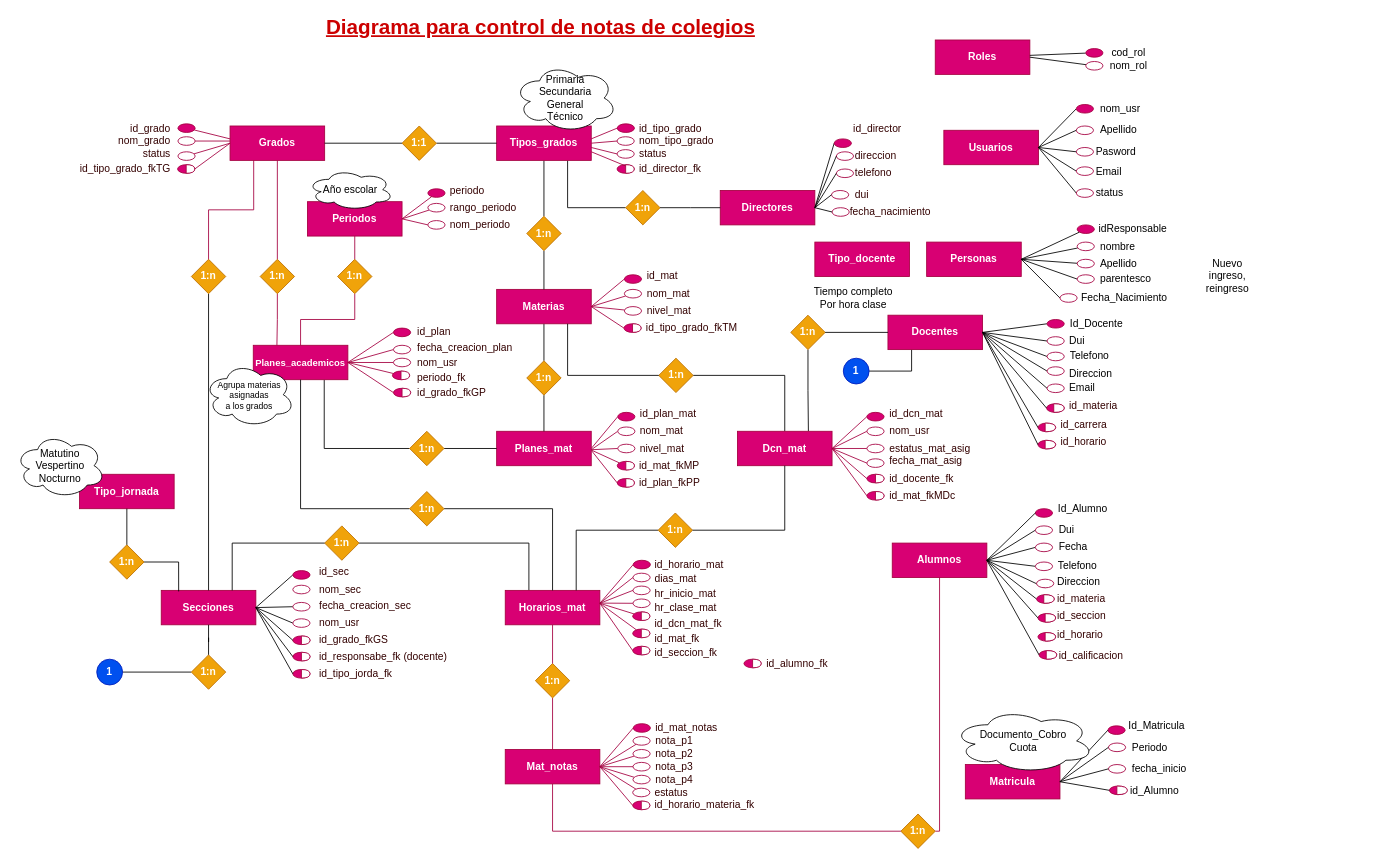
This is dsiw2_diagrama_notas.drawio from w-vasquez/dsiw2, a draw.io file, before an edit. Source tidied: cells renumbered, new cells numbered last; positions are measured from the earlier drawing's top-left corner, leaving out a move shared by most shapes. Both pictures are drawn from the tidied source at 86%, with x=0, y=0 at pixel (15, 18).
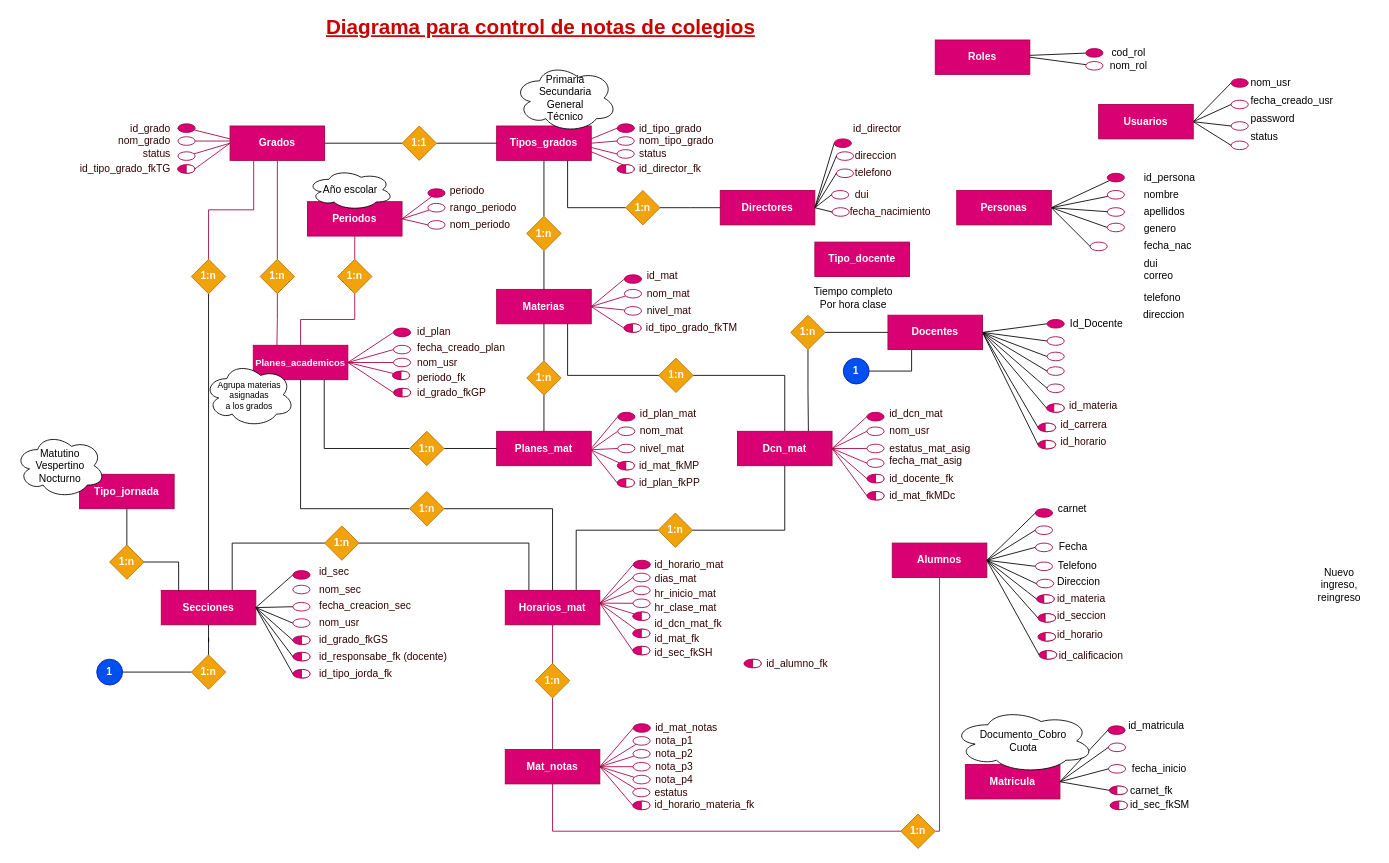
The same page after the edit.

What changed in the source:
```diff
@@
     <mxCell id="7" value="Usuarios" style="rounded=0;whiteSpace=wrap;html=1;fillColor=#d80073;strokeColor=#A50040;fontColor=#ffffff;fontStyle=1;" parent="1" vertex="1">
-      <mxGeometry x="1080" y="130" width="110" height="40" as="geometry" />
+      <mxGeometry x="1260" y="100" width="110" height="40" as="geometry" />
     </mxCell>
@@
     <mxCell id="9" value="Personas" style="rounded=0;whiteSpace=wrap;html=1;fillColor=#d80073;strokeColor=#A50040;fontColor=#ffffff;fontStyle=1;" parent="1" vertex="1">
-      <mxGeometry x="1060" y="260" width="110" height="40" as="geometry" />
+      <mxGeometry x="1095" y="200" width="110" height="40" as="geometry" />
     </mxCell>
@@
     <mxCell id="24" value="nom_usr" style="text;html=1;strokeColor=none;fillColor=none;align=left;verticalAlign=middle;whiteSpace=wrap;rounded=0;" parent="1" vertex="1">
-      <mxGeometry x="1260" y="95" width="60" height="20" as="geometry" />
+      <mxGeometry x="1435" y="65" width="60" height="20" as="geometry" />
     </mxCell>
-    <mxCell id="25" style="ellipse;whiteSpace=wrap;html=1;strokeColor=#A50040;fontColor=#ffffff;fillColor=#FFFFFF;align=left;" parent="1" vertex="1">
-      <mxGeometry x="1234" y="125" width="20" height="10" as="geometry" />
-    </mxCell>
@@
     <mxCell id="44" value="Nuevo ingreso, reingreso" style="text;html=1;strokeColor=none;fillColor=none;align=center;verticalAlign=middle;whiteSpace=wrap;rounded=0;fontSize=12;" parent="1" vertex="1">
-      <mxGeometry x="1370" y="290" width="80" height="20" as="geometry" />
+      <mxGeometry x="1500" y="649" width="80" height="20" as="geometry" />
     </mxCell>
@@
-    <mxCell id="49" value="idResponsable" style="text;html=1;strokeColor=none;fillColor=none;align=center;verticalAlign=middle;whiteSpace=wrap;rounded=0;" parent="1" vertex="1">
-      <mxGeometry x="1260" y="235" width="80" height="20" as="geometry" />
+    <mxCell id="49" value="id_persona" style="text;html=1;strokeColor=none;fillColor=none;align=left;verticalAlign=middle;whiteSpace=wrap;rounded=0;textDirection=ltr;" parent="1" vertex="1">
+      <mxGeometry x="1311.2" y="175" width="80" height="20" as="geometry" />
     </mxCell>
@@
-    <mxCell id="51" value="nombre" style="text;html=1;strokeColor=none;fillColor=none;align=left;verticalAlign=middle;whiteSpace=wrap;rounded=0;" parent="1" vertex="1">
-      <mxGeometry x="1260" y="256" width="80" height="20" as="geometry" />
+    <mxCell id="51" value="nombre" style="text;html=1;strokeColor=none;fillColor=none;align=left;verticalAlign=middle;whiteSpace=wrap;rounded=0;textDirection=ltr;" parent="1" vertex="1">
+      <mxGeometry x="1311.2" y="195" width="80" height="20" as="geometry" />
     </mxCell>
-    <mxCell id="52" value="Apellido" style="text;html=1;strokeColor=none;fillColor=none;align=left;verticalAlign=middle;whiteSpace=wrap;rounded=0;" parent="1" vertex="1">
-      <mxGeometry x="1260" y="275" width="80" height="20" as="geometry" />
+    <mxCell id="52" value="apellidos" style="text;html=1;strokeColor=none;fillColor=none;align=left;verticalAlign=middle;whiteSpace=wrap;rounded=0;textDirection=ltr;" parent="1" vertex="1">
+      <mxGeometry x="1311.2" y="215" width="80" height="20" as="geometry" />
     </mxCell>
-    <mxCell id="53" value="Fecha_Nacimiento" style="text;html=1;strokeColor=none;fillColor=none;align=center;verticalAlign=middle;whiteSpace=wrap;rounded=0;" parent="1" vertex="1">
-      <mxGeometry x="1250" y="315" width="80" height="20" as="geometry" />
+    <mxCell id="53" value="fecha_nac" style="text;html=1;strokeColor=none;fillColor=none;align=left;verticalAlign=middle;whiteSpace=wrap;rounded=0;textDirection=ltr;" parent="1" vertex="1">
+      <mxGeometry x="1311.2" y="255" width="80" height="20" as="geometry" />
     </mxCell>
@@
     <mxCell id="56" style="edgeStyle=none;rounded=0;sketch=0;jettySize=auto;html=1;shadow=0;endArrow=none;endFill=0;fontSize=10;exitX=0;exitY=0.5;exitDx=0;exitDy=0;entryX=1;entryY=0.5;entryDx=0;entryDy=0;" parent="1" edge="1" target="9">
       <mxGeometry relative="1" as="geometry">
-        <mxPoint x="1240" y="285" as="sourcePoint" />
+        <mxPoint x="1275" y="225" as="sourcePoint" />
       </mxGeometry>
     </mxCell>
@@
     <mxCell id="61" style="ellipse;whiteSpace=wrap;html=1;strokeColor=#A50040;fontColor=#ffffff;fillColor=#d80073;" parent="1" vertex="1">
-      <mxGeometry x="1235" y="240" width="20" height="10" as="geometry" />
+      <mxGeometry x="1270" y="180" width="20" height="10" as="geometry" />
     </mxCell>
@@
-    <mxCell id="63" value="parentesco" style="text;html=1;strokeColor=none;fillColor=none;align=left;verticalAlign=middle;whiteSpace=wrap;rounded=0;" parent="1" vertex="1">
-      <mxGeometry x="1260" y="293" width="80" height="20" as="geometry" />
+    <mxCell id="63" value="genero" style="text;html=1;strokeColor=none;fillColor=none;align=left;verticalAlign=middle;whiteSpace=wrap;rounded=0;textDirection=ltr;" parent="1" vertex="1">
+      <mxGeometry x="1311.2" y="235" width="80" height="20" as="geometry" />
     </mxCell>
@@
-    <mxCell id="67" style="edgeStyle=none;rounded=0;sketch=0;jettySize=auto;html=1;shadow=0;endArrow=none;endFill=0;fontSize=10;exitX=0;exitY=0.5;exitDx=0;exitDy=0;entryX=1;entryY=0.5;entryDx=0;entryDy=0;" parent="1" edge="1" source="25" target="7">
-      <mxGeometry relative="1" as="geometry" />
-    </mxCell>
@@
     <mxCell id="74" style="ellipse;whiteSpace=wrap;html=1;strokeColor=#A50040;fontColor=#ffffff;fillColor=#FFFFFF;" parent="1" vertex="1">
-      <mxGeometry x="1235" y="260" width="20" height="10" as="geometry" />
+      <mxGeometry x="1270" y="200" width="20" height="10" as="geometry" />
     </mxCell>
     <mxCell id="75" style="ellipse;whiteSpace=wrap;html=1;strokeColor=#A50040;fontColor=#ffffff;fillColor=#FFFFFF;" parent="1" vertex="1">
-      <mxGeometry x="1235" y="280" width="20" height="10" as="geometry" />
+      <mxGeometry x="1270" y="220" width="20" height="10" as="geometry" />
     </mxCell>
@@
     <mxCell id="77" style="ellipse;whiteSpace=wrap;html=1;strokeColor=#A50040;fontColor=#ffffff;fillColor=#FFFFFF;" parent="1" vertex="1">
-      <mxGeometry x="1235" y="298" width="20" height="10" as="geometry" />
+      <mxGeometry x="1270" y="238" width="20" height="10" as="geometry" />
     </mxCell>
@@
     <mxCell id="79" style="ellipse;whiteSpace=wrap;html=1;strokeColor=#A50040;fontColor=#ffffff;fillColor=#FFFFFF;" parent="1" vertex="1">
-      <mxGeometry x="1215" y="320" width="20" height="10" as="geometry" />
+      <mxGeometry x="1250" y="260" width="20" height="10" as="geometry" />
     </mxCell>
@@
     <mxCell id="81" style="ellipse;whiteSpace=wrap;html=1;strokeColor=#A50040;fontColor=#ffffff;fillColor=#FFFFFF;" parent="1" vertex="1">
-      <mxGeometry x="1234" y="150" width="20" height="10" as="geometry" />
+      <mxGeometry x="1414" y="120" width="20" height="10" as="geometry" />
     </mxCell>
@@
-    <mxCell id="83" value="Apellido" style="text;html=1;strokeColor=none;fillColor=none;align=left;verticalAlign=middle;whiteSpace=wrap;rounded=0;" parent="1" vertex="1">
-      <mxGeometry x="1260" y="120" width="80" height="20" as="geometry" />
-    </mxCell>
@@
-    <mxCell id="87" value="Pasword" style="text;html=1;strokeColor=none;fillColor=none;align=left;verticalAlign=middle;whiteSpace=wrap;rounded=0;" parent="1" vertex="1">
-      <mxGeometry x="1255" y="145" width="80" height="20" as="geometry" />
+    <mxCell id="87" value="password" style="text;html=1;strokeColor=none;fillColor=none;align=left;verticalAlign=middle;whiteSpace=wrap;rounded=0;" parent="1" vertex="1">
+      <mxGeometry x="1435" y="107" width="80" height="20" as="geometry" />
     </mxCell>
@@
-    <mxCell id="89" style="edgeStyle=none;rounded=0;sketch=0;jettySize=auto;html=1;shadow=0;endArrow=none;endFill=0;fontSize=10;entryX=1;entryY=0.5;entryDx=0;entryDy=0;exitX=0;exitY=0.5;exitDx=0;exitDy=0;" parent="1" edge="1" source="93" target="7">
-      <mxGeometry relative="1" as="geometry" />
-    </mxCell>
@@
-    <mxCell id="91" value="Email" style="text;html=1;strokeColor=none;fillColor=none;align=left;verticalAlign=middle;whiteSpace=wrap;rounded=0;" parent="1" vertex="1">
-      <mxGeometry x="1255" y="167.5" width="80" height="20" as="geometry" />
-    </mxCell>
@@
-    <mxCell id="93" style="ellipse;whiteSpace=wrap;html=1;strokeColor=#A50040;fontColor=#ffffff;fillColor=#FFFFFF;" parent="1" vertex="1">
-      <mxGeometry x="1234" y="172.5" width="20" height="10" as="geometry" />
-    </mxCell>
@@
     <mxCell id="95" style="ellipse;whiteSpace=wrap;html=1;strokeColor=#A50040;fontColor=#ffffff;fillColor=#d80073;" parent="1" vertex="1">
-      <mxGeometry x="1234" y="100" width="20" height="10" as="geometry" />
+      <mxGeometry x="1414" y="70" width="20" height="10" as="geometry" />
     </mxCell>
@@
     <mxCell id="100" style="ellipse;whiteSpace=wrap;html=1;strokeColor=#A50040;fontColor=#ffffff;fillColor=#FFFFFF;" parent="1" vertex="1">
-      <mxGeometry x="1234" y="198" width="20" height="10" as="geometry" />
+      <mxGeometry x="1414" y="142.5" width="20" height="10" as="geometry" />
     </mxCell>
@@
     <mxCell id="102" value="status" style="text;html=1;strokeColor=none;fillColor=none;align=left;verticalAlign=middle;whiteSpace=wrap;rounded=0;" parent="1" vertex="1">
-      <mxGeometry x="1255" y="193" width="80" height="20" as="geometry" />
+      <mxGeometry x="1435" y="127.5" width="80" height="20" as="geometry" />
     </mxCell>
@@
-    <mxCell id="111" value="Dui" style="text;html=1;strokeColor=none;fillColor=none;align=left;verticalAlign=middle;whiteSpace=wrap;rounded=0;" parent="1" vertex="1">
-      <mxGeometry x="1223.8" y="365" width="80" height="20" as="geometry" />
-    </mxCell>
@@
-    <mxCell id="113" value="Telefono" style="text;html=1;strokeColor=none;fillColor=none;align=left;verticalAlign=middle;whiteSpace=wrap;rounded=0;" parent="1" vertex="1">
-      <mxGeometry x="1225" y="383" width="80" height="20" as="geometry" />
+    <mxCell id="113" value="telefono" style="text;html=1;strokeColor=none;fillColor=none;align=left;verticalAlign=middle;whiteSpace=wrap;rounded=0;" parent="1" vertex="1">
+      <mxGeometry x="1311.2" y="315" width="80" height="20" as="geometry" />
     </mxCell>
@@
-    <mxCell id="116" value="Direccion" style="text;html=1;strokeColor=none;fillColor=none;align=left;verticalAlign=middle;whiteSpace=wrap;rounded=0;" parent="1" vertex="1">
-      <mxGeometry x="1223.8" y="403" width="80" height="20" as="geometry" />
+    <mxCell id="116" value="direccion" style="text;html=1;strokeColor=none;fillColor=none;align=left;verticalAlign=middle;whiteSpace=wrap;rounded=0;" parent="1" vertex="1">
+      <mxGeometry x="1310" y="335" width="80" height="20" as="geometry" />
     </mxCell>
@@
-    <mxCell id="120" value="Email" style="text;html=1;strokeColor=none;fillColor=none;align=left;verticalAlign=middle;whiteSpace=wrap;rounded=0;" parent="1" vertex="1">
-      <mxGeometry x="1223.8" y="420" width="80" height="20" as="geometry" />
+    <mxCell id="120" value="correo" style="text;html=1;strokeColor=none;fillColor=none;align=left;verticalAlign=middle;whiteSpace=wrap;rounded=0;" parent="1" vertex="1">
+      <mxGeometry x="1311.2" y="290" width="80" height="20" as="geometry" />
     </mxCell>
@@
-    <mxCell id="126" value="Id_Alumno" style="text;html=1;strokeColor=none;fillColor=none;align=left;verticalAlign=middle;whiteSpace=wrap;rounded=0;" parent="1" vertex="1">
+    <mxCell id="126" value="carnet" style="text;html=1;strokeColor=none;fillColor=none;align=left;verticalAlign=middle;whiteSpace=wrap;rounded=0;" parent="1" vertex="1">
       <mxGeometry x="1210.6" y="560" width="80" height="20" as="geometry" />
     </mxCell>
-    <mxCell id="127" value="Dui" style="text;html=1;strokeColor=none;fillColor=none;align=left;verticalAlign=middle;whiteSpace=wrap;rounded=0;" parent="1" vertex="1">
-      <mxGeometry x="1212.2" y="585" width="80" height="20" as="geometry" />
-    </mxCell>
@@
-    <mxCell id="161" value="id_seccion_fk" style="text;html=1;strokeColor=none;fillColor=none;align=left;verticalAlign=middle;whiteSpace=wrap;rounded=0;labelBackgroundColor=none;fontSize=12;labelPosition=center;verticalLabelPosition=middle;textDirection=ltr;fontColor=#330000;" parent="1" vertex="1">
+    <mxCell id="161" value="id_sec_fkSH" style="text;html=1;strokeColor=none;fillColor=none;align=left;verticalAlign=middle;whiteSpace=wrap;rounded=0;labelBackgroundColor=none;fontSize=12;labelPosition=center;verticalLabelPosition=middle;textDirection=ltr;fontColor=#330000;" parent="1" vertex="1">
       <mxGeometry x="742" y="728" width="87.5" height="20" as="geometry" />
     </mxCell>
@@
-    <mxCell id="230" value="fecha_creacion_plan" style="text;html=1;strokeColor=none;fillColor=none;align=left;verticalAlign=middle;whiteSpace=wrap;rounded=0;labelBackgroundColor=none;fontSize=12;textDirection=ltr;fontColor=#330000;" parent="1" vertex="1">
+    <mxCell id="230" value="fecha_creado_plan" style="text;html=1;strokeColor=none;fillColor=none;align=left;verticalAlign=middle;whiteSpace=wrap;rounded=0;labelBackgroundColor=none;fontSize=12;textDirection=ltr;fontColor=#330000;" parent="1" vertex="1">
       <mxGeometry x="466" y="373" width="87.5" height="20" as="geometry" />
     </mxCell>
@@
-    <mxCell id="406" value="Id_Matricula" style="text;html=1;strokeColor=none;fillColor=none;align=left;verticalAlign=middle;whiteSpace=wrap;rounded=0;" parent="1" vertex="1">
+    <mxCell id="406" value="id_matricula" style="text;html=1;strokeColor=none;fillColor=none;align=left;verticalAlign=middle;whiteSpace=wrap;rounded=0;" parent="1" vertex="1">
       <mxGeometry x="1293.1" y="812.5" width="80" height="20" as="geometry" />
     </mxCell>
@@
-    <mxCell id="409" value="Periodo" style="text;html=1;strokeColor=none;fillColor=none;align=left;verticalAlign=middle;whiteSpace=wrap;rounded=0;" parent="1" vertex="1">
-      <mxGeometry x="1297.2" y="837.5" width="80" height="20" as="geometry" />
-    </mxCell>
@@
-    <mxCell id="416" value="id_Alumno" style="text;html=1;strokeColor=none;fillColor=none;align=left;verticalAlign=middle;whiteSpace=wrap;rounded=0;" parent="1" vertex="1">
+    <mxCell id="416" value="carnet_fk" style="text;html=1;strokeColor=none;fillColor=none;align=left;verticalAlign=middle;whiteSpace=wrap;rounded=0;" parent="1" vertex="1">
       <mxGeometry x="1295" y="887.5" width="80" height="20" as="geometry" />
     </mxCell>
@@
+    <mxCell id="419" style="rounded=0;jettySize=auto;html=1;exitX=0;exitY=0.5;exitDx=0;exitDy=0;entryX=1;entryY=0.5;entryDx=0;entryDy=0;startArrow=none;startFill=0;endArrow=none;endFill=0;fontSize=10;fontColor=#330000;" parent="1" edge="1" source="420" target="7">
+      <mxGeometry relative="1" as="geometry" />
+    </mxCell>
+    <mxCell id="420" style="ellipse;whiteSpace=wrap;html=1;strokeColor=#A50040;fontColor=#ffffff;fillColor=#FFFFFF;" parent="1" vertex="1">
+      <mxGeometry x="1414" y="95" width="20" height="10" as="geometry" />
+    </mxCell>
+    <mxCell id="421" value="fecha_creado_usr" style="text;html=1;strokeColor=none;fillColor=none;align=left;verticalAlign=middle;whiteSpace=wrap;rounded=0;" parent="1" vertex="1">
+      <mxGeometry x="1435" y="86" width="80" height="20" as="geometry" />
+    </mxCell>
+    <mxCell id="422" value="id_sec_fkSM" style="text;html=1;strokeColor=none;fillColor=none;align=left;verticalAlign=middle;whiteSpace=wrap;rounded=0;" parent="1" vertex="1">
+      <mxGeometry x="1295" y="905" width="80" height="20" as="geometry" />
+    </mxCell>
+    <mxCell id="423" style="group;labelBackgroundColor=none;fontSize=10;fontColor=#CC0000;align=left;" parent="1" vertex="1">
+      <mxGeometry x="1273.4" y="910" width="20" height="10" as="geometry" />
+    </mxCell>
+    <mxCell id="424" style="group;" parent="423" vertex="1">
+      <mxGeometry width="20" height="10" as="geometry" />
+    </mxCell>
+    <mxCell id="425" style="ellipse;whiteSpace=wrap;html=1;fillColor=#d80073;gradientDirection=east;strokeColor=#A50040;fontColor=#ffffff;" parent="424" vertex="1">
+      <mxGeometry width="20" height="10" as="geometry" />
+    </mxCell>
+    <mxCell id="426" style="shape=or;whiteSpace=wrap;html=1;strokeColor=#A50040;fontColor=#ffffff;fillColor=#FFFFFF;" parent="424" vertex="1">
+      <mxGeometry x="10" width="10" height="10" as="geometry" />
+    </mxCell>
+    <mxCell id="427" value="dui" style="text;html=1;strokeColor=none;fillColor=none;align=left;verticalAlign=middle;whiteSpace=wrap;rounded=0;textDirection=ltr;" parent="1" vertex="1">
+      <mxGeometry x="1311.2" y="275" width="80" height="20" as="geometry" />
+    </mxCell>
```
